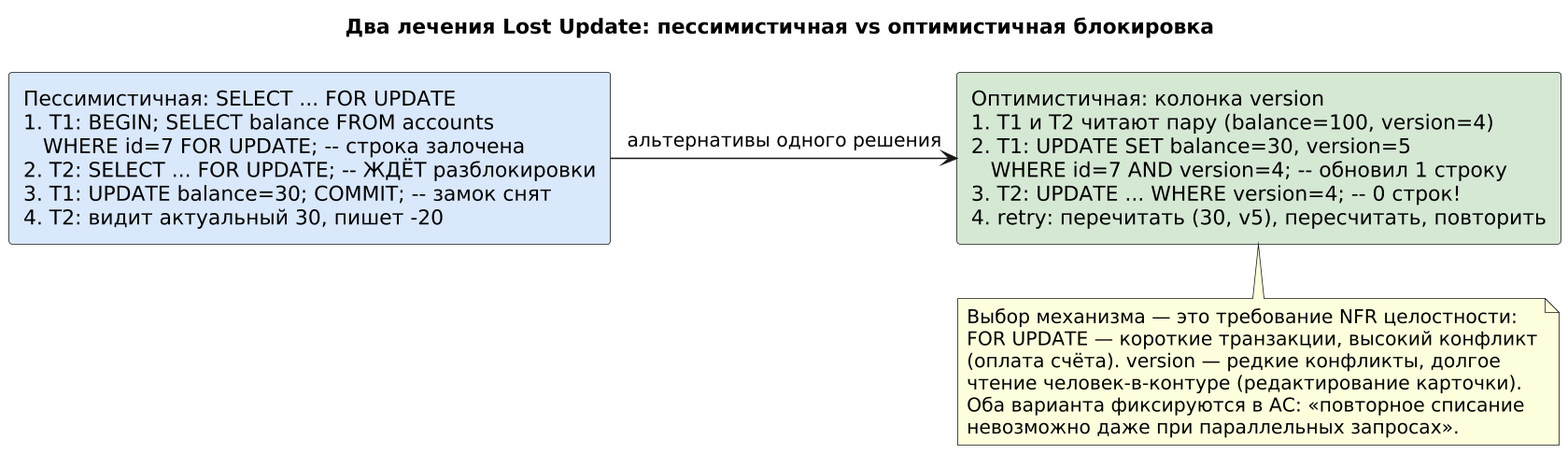
Earlier version of the PlantUML export images_m4/m4_04_locking.png (maedodo11/fullstack-system-analyst). Its source is kept beside it as puml_m4/m4_04_locking.puml.
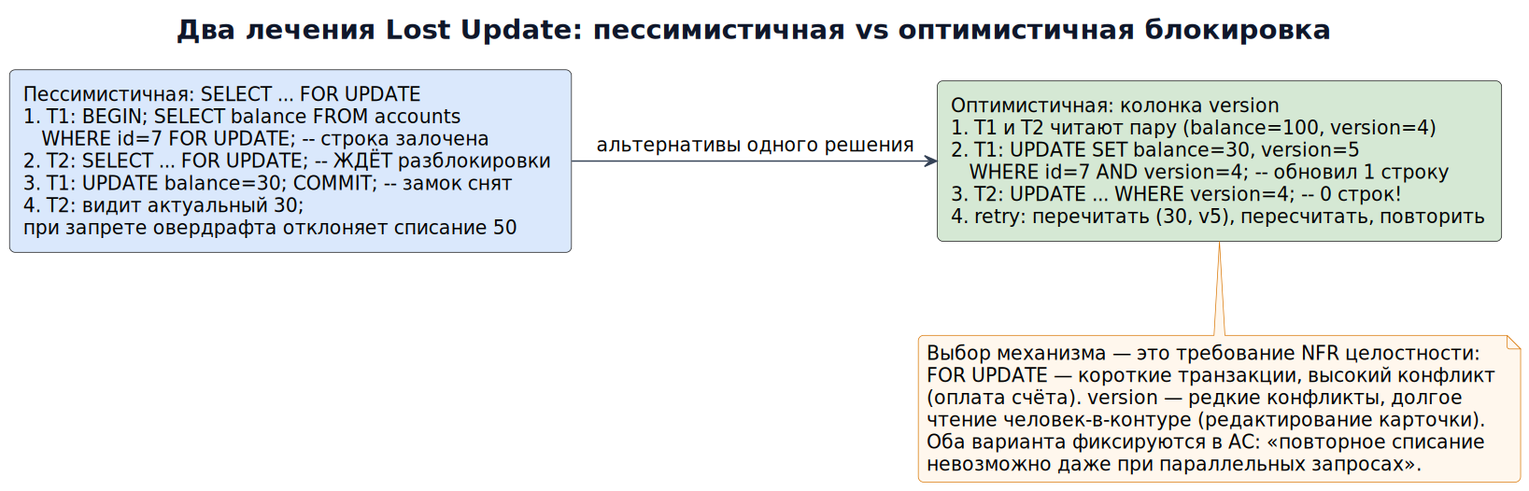
After the commit.

Change to the diagram source:
```diff
@@ -1,10 +1,18 @@
 @startuml m4_04_locking
-!pragma layout smetana
-skinparam dpi 150
-skinparam defaultFontName DejaVu Sans
+skinparam defaultFontName "DejaVu Sans"
+skinparam defaultFontSize 14
+skinparam backgroundColor #FFFFFF
+skinparam shadowing false
+skinparam roundcorner 8
+skinparam ArrowColor #334155
+skinparam titleFontColor #0F172A
+skinparam titleFontSize 20
+skinparam noteBackgroundColor #FFF7ED
+skinparam noteBorderColor #D97706
+skinparam dpi 140
 title Два лечения Lost Update: пессимистичная vs оптимистичная блокировка
 
-rectangle "Пессимистичная: SELECT ... FOR UPDATE\n1. T1: BEGIN; SELECT balance FROM accounts\n   WHERE id=7 FOR UPDATE; -- строка залочена\n2. T2: SELECT ... FOR UPDATE; -- ЖДЁТ разблокировки\n3. T1: UPDATE balance=30; COMMIT; -- замок снят\n4. T2: видит актуальный 30, пишет -20" as P #DAE8FC {
+rectangle "Пессимистичная: SELECT ... FOR UPDATE\n1. T1: BEGIN; SELECT balance FROM accounts\n   WHERE id=7 FOR UPDATE; -- строка залочена\n2. T2: SELECT ... FOR UPDATE; -- ЖДЁТ разблокировки\n3. T1: UPDATE balance=30; COMMIT; -- замок снят\n4. T2: видит актуальный 30;\nпри запрете овердрафта отклоняет списание 50" as P #DAE8FC {
 }
 rectangle "Оптимистичная: колонка version\n1. T1 и T2 читают пару (balance=100, version=4)\n2. T1: UPDATE SET balance=30, version=5\n   WHERE id=7 AND version=4; -- обновил 1 строку\n3. T2: UPDATE ... WHERE version=4; -- 0 строк!\n4. retry: перечитать (30, v5), пересчитать, повторить" as O #D5E8D4 {
 }
```
